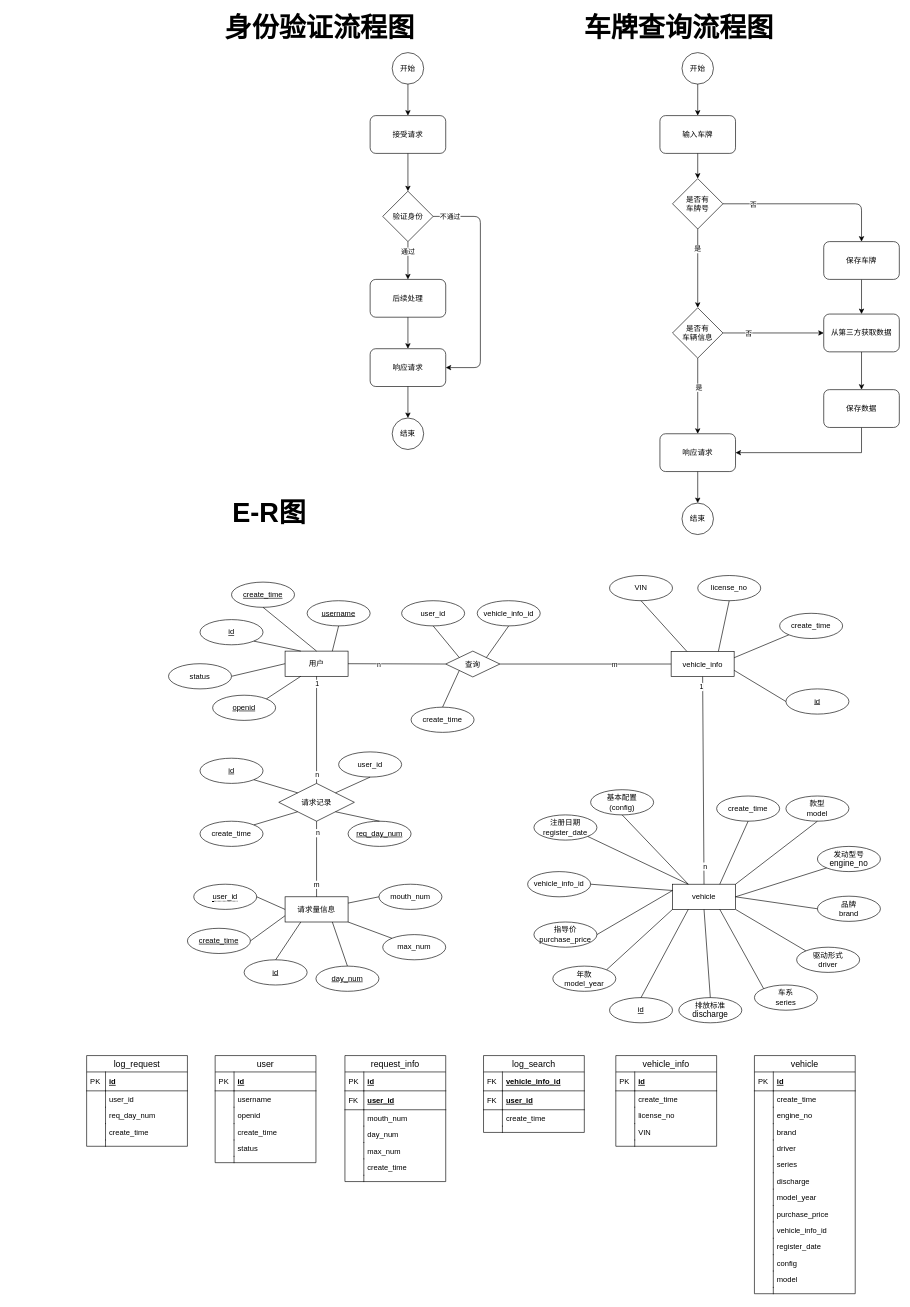
Earlier version of the draw.io diagram apiproject.drawio (xlgp/static). Source tidied: cells renumbered, new cells numbered last; positions are measured from the earlier drawing's top-left corner, leaving out a move shared by most shapes. Both pictures are drawn from the tidied source at 63%, with x=0, y=0 at pixel (86, 21).
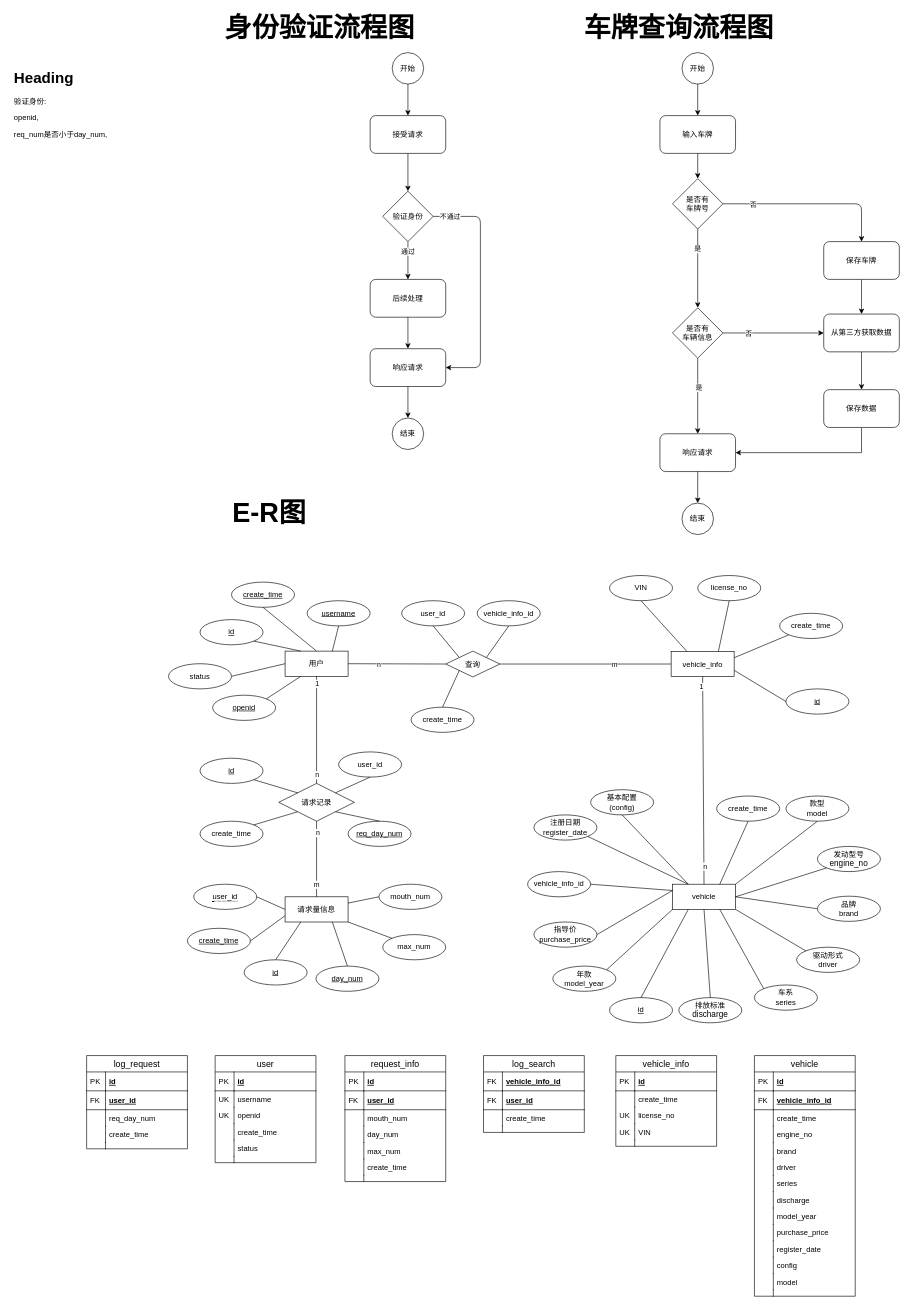
The same diagram, later.

The change refers to these unchanged cells:
```xml
<mxCell id="134" value="username" style="shape=partialRectangle;top=0;left=0;right=0;bottom=0;align=left;verticalAlign=top;fillColor=none;spacingLeft=34;spacingRight=4;overflow=hidden;fontSize=12;" parent="131" vertex="1">
  <mxGeometry y="56" width="160" height="26" as="geometry" />
</mxCell>
<mxCell id="136" value="openid" style="shape=partialRectangle;top=0;left=0;right=0;bottom=0;align=left;verticalAlign=top;fillColor=none;spacingLeft=34;spacingRight=4;overflow=hidden;fontSize=12;" parent="131" vertex="1">
  <mxGeometry y="82" width="160" height="26" as="geometry" />
</mxCell>
<mxCell id="173" value="license_no" style="shape=partialRectangle;top=0;left=0;right=0;bottom=0;align=left;verticalAlign=top;fillColor=none;spacingLeft=34;spacingRight=4;overflow=hidden;fontSize=12;" parent="168" vertex="1">
  <mxGeometry y="82" width="160" height="26" as="geometry" />
</mxCell>
<mxCell id="175" value="VIN" style="shape=partialRectangle;top=0;left=0;right=0;bottom=0;align=left;verticalAlign=top;fillColor=none;spacingLeft=34;spacingRight=4;overflow=hidden;fontSize=12;" parent="168" vertex="1">
  <mxGeometry y="108" width="160" height="26" as="geometry" />
</mxCell>
```

Diff of the diagram source:
```diff
@@
-    <mxCell id="135" style="shape=partialRectangle;top=0;left=0;bottom=0;fillColor=none;align=left;verticalAlign=top;spacingLeft=4;spacingRight=4;overflow=hidden;fontSize=12;" parent="134" vertex="1">
+    <mxCell id="135" value="UK" style="shape=partialRectangle;top=0;left=0;bottom=0;fillColor=none;align=left;verticalAlign=top;spacingLeft=4;spacingRight=4;overflow=hidden;fontSize=12;" parent="134" vertex="1">
       <mxGeometry width="30" height="26" as="geometry" />
     </mxCell>
@@
-    <mxCell id="137" style="shape=partialRectangle;top=0;left=0;bottom=0;fillColor=none;align=left;verticalAlign=top;spacingLeft=4;spacingRight=4;overflow=hidden;fontSize=12;" parent="136" vertex="1">
+    <mxCell id="137" value="UK" style="shape=partialRectangle;top=0;left=0;bottom=0;fillColor=none;align=left;verticalAlign=top;spacingLeft=4;spacingRight=4;overflow=hidden;fontSize=12;" parent="136" vertex="1">
       <mxGeometry width="30" height="26" as="geometry" />
     </mxCell>
@@
-    <mxCell id="174" style="shape=partialRectangle;top=0;left=0;bottom=0;fillColor=none;align=left;verticalAlign=top;spacingLeft=4;spacingRight=4;overflow=hidden;fontSize=12;" parent="173" vertex="1">
+    <mxCell id="174" value="UK" style="shape=partialRectangle;top=0;left=0;bottom=0;fillColor=none;align=left;verticalAlign=top;spacingLeft=4;spacingRight=4;overflow=hidden;fontSize=12;" parent="173" vertex="1">
       <mxGeometry width="30" height="26" as="geometry" />
     </mxCell>
@@
-    <mxCell id="176" style="shape=partialRectangle;top=0;left=0;bottom=0;fillColor=none;align=left;verticalAlign=top;spacingLeft=4;spacingRight=4;overflow=hidden;fontSize=12;" parent="175" vertex="1">
+    <mxCell id="176" value="UK" style="shape=partialRectangle;top=0;left=0;bottom=0;fillColor=none;align=left;verticalAlign=top;spacingLeft=4;spacingRight=4;overflow=hidden;fontSize=12;" parent="175" vertex="1">
       <mxGeometry width="30" height="26" as="geometry" />
     </mxCell>
@@
     <mxCell id="179" value="vehicle" style="swimlane;fontStyle=0;horizontal=1;startSize=26;align=center;fontSize=14;" parent="1" vertex="1">
-      <mxGeometry x="1060" y="1642" width="160" height="378" as="geometry" />
+      <mxGeometry x="1060" y="1642" width="160" height="382" as="geometry" />
     </mxCell>
@@
+    <mxCell id="198" value="vehicle_info_id" style="shape=partialRectangle;top=0;left=0;right=0;bottom=1;align=left;verticalAlign=middle;fillColor=none;spacingLeft=34;spacingRight=4;overflow=hidden;fontStyle=5;fontSize=12;" parent="179" vertex="1">
+      <mxGeometry y="56" width="160" height="30" as="geometry" />
+    </mxCell>
+    <mxCell id="219" value="FK" style="shape=partialRectangle;top=0;left=0;bottom=0;fillColor=none;align=left;verticalAlign=middle;spacingLeft=4;spacingRight=4;overflow=hidden;fontSize=12;" parent="198" vertex="1">
+      <mxGeometry width="30" height="30" as="geometry" />
+    </mxCell>
     <mxCell id="182" value="create_time" style="shape=partialRectangle;top=0;left=0;right=0;bottom=0;align=left;verticalAlign=top;fillColor=none;spacingLeft=34;spacingRight=4;overflow=hidden;fontSize=12;" parent="179" vertex="1">
-      <mxGeometry y="56" width="160" height="26" as="geometry" />
+      <mxGeometry y="86" width="160" height="26" as="geometry" />
     </mxCell>
@@
     <mxCell id="184" value="engine_no" style="shape=partialRectangle;top=0;left=0;right=0;bottom=0;align=left;verticalAlign=top;fillColor=none;spacingLeft=34;spacingRight=4;overflow=hidden;fontSize=12;" parent="179" vertex="1">
-      <mxGeometry y="82" width="160" height="26" as="geometry" />
+      <mxGeometry y="112" width="160" height="26" as="geometry" />
     </mxCell>
@@
     <mxCell id="186" value="brand" style="shape=partialRectangle;top=0;left=0;right=0;bottom=0;align=left;verticalAlign=top;fillColor=none;spacingLeft=34;spacingRight=4;overflow=hidden;fontSize=12;" parent="179" vertex="1">
-      <mxGeometry y="108" width="160" height="26" as="geometry" />
+      <mxGeometry y="138" width="160" height="26" as="geometry" />
     </mxCell>
@@
     <mxCell id="188" value="driver" style="shape=partialRectangle;top=0;left=0;right=0;bottom=0;align=left;verticalAlign=top;fillColor=none;spacingLeft=34;spacingRight=4;overflow=hidden;fontSize=12;" parent="179" vertex="1">
-      <mxGeometry y="134" width="160" height="26" as="geometry" />
+      <mxGeometry y="164" width="160" height="26" as="geometry" />
     </mxCell>
@@
     <mxCell id="190" value="series" style="shape=partialRectangle;top=0;left=0;right=0;bottom=0;align=left;verticalAlign=top;fillColor=none;spacingLeft=34;spacingRight=4;overflow=hidden;fontSize=12;" parent="179" vertex="1">
-      <mxGeometry y="160" width="160" height="26" as="geometry" />
+      <mxGeometry y="190" width="160" height="26" as="geometry" />
     </mxCell>
@@
     <mxCell id="192" value="discharge" style="shape=partialRectangle;top=0;left=0;right=0;bottom=0;align=left;verticalAlign=top;fillColor=none;spacingLeft=34;spacingRight=4;overflow=hidden;fontSize=12;" parent="179" vertex="1">
-      <mxGeometry y="186" width="160" height="26" as="geometry" />
+      <mxGeometry y="216" width="160" height="26" as="geometry" />
     </mxCell>
@@
     <mxCell id="194" value="model_year" style="shape=partialRectangle;top=0;left=0;right=0;bottom=0;align=left;verticalAlign=top;fillColor=none;spacingLeft=34;spacingRight=4;overflow=hidden;fontSize=12;" parent="179" vertex="1">
-      <mxGeometry y="212" width="160" height="26" as="geometry" />
+      <mxGeometry y="242" width="160" height="26" as="geometry" />
     </mxCell>
@@
     <mxCell id="196" value="purchase_price" style="shape=partialRectangle;top=0;left=0;right=0;bottom=0;align=left;verticalAlign=top;fillColor=none;spacingLeft=34;spacingRight=4;overflow=hidden;fontSize=12;" parent="179" vertex="1">
-      <mxGeometry y="238" width="160" height="26" as="geometry" />
+      <mxGeometry y="268" width="160" height="26" as="geometry" />
     </mxCell>
@@
-    <mxCell id="198" value="vehicle_info_id" style="shape=partialRectangle;top=0;left=0;right=0;bottom=0;align=left;verticalAlign=top;fillColor=none;spacingLeft=34;spacingRight=4;overflow=hidden;fontSize=12;" parent="179" vertex="1">
-      <mxGeometry y="264" width="160" height="26" as="geometry" />
-    </mxCell>
-    <mxCell id="199" style="shape=partialRectangle;top=0;left=0;bottom=0;fillColor=none;align=left;verticalAlign=top;spacingLeft=4;spacingRight=4;overflow=hidden;fontSize=12;" parent="198" vertex="1">
-      <mxGeometry width="30" height="26" as="geometry" />
-    </mxCell>
     <mxCell id="200" value="register_date" style="shape=partialRectangle;top=0;left=0;right=0;bottom=0;align=left;verticalAlign=top;fillColor=none;spacingLeft=34;spacingRight=4;overflow=hidden;fontSize=12;" parent="179" vertex="1">
-      <mxGeometry y="290" width="160" height="26" as="geometry" />
+      <mxGeometry y="294" width="160" height="26" as="geometry" />
     </mxCell>
@@
     <mxCell id="202" value="config" style="shape=partialRectangle;top=0;left=0;right=0;bottom=0;align=left;verticalAlign=top;fillColor=none;spacingLeft=34;spacingRight=4;overflow=hidden;fontSize=12;" parent="179" vertex="1">
-      <mxGeometry y="316" width="160" height="26" as="geometry" />
+      <mxGeometry y="320" width="160" height="26" as="geometry" />
     </mxCell>
@@
     <mxCell id="204" value="model" style="shape=partialRectangle;top=0;left=0;right=0;bottom=0;align=left;verticalAlign=top;fillColor=none;spacingLeft=34;spacingRight=4;overflow=hidden;fontSize=12;" parent="179" vertex="1">
-      <mxGeometry y="342" width="160" height="26" as="geometry" />
+      <mxGeometry y="346" width="160" height="26" as="geometry" />
     </mxCell>
@@
     <mxCell id="206" style="shape=partialRectangle;top=0;left=0;right=0;bottom=0;align=left;verticalAlign=top;fillColor=none;spacingLeft=34;spacingRight=4;overflow=hidden;fontSize=12;" parent="179" vertex="1">
-      <mxGeometry y="368" width="160" height="10" as="geometry" />
+      <mxGeometry y="372" width="160" height="10" as="geometry" />
     </mxCell>
@@
     <mxCell id="208" value="log_request" style="swimlane;fontStyle=0;horizontal=1;startSize=26;align=center;fontSize=14;" parent="1" vertex="1">
-      <mxGeometry y="1642" width="160" height="144" as="geometry" />
+      <mxGeometry y="1642" width="160" height="148" as="geometry" />
     </mxCell>
@@
-    <mxCell id="211" value="user_id" style="shape=partialRectangle;top=0;left=0;right=0;bottom=0;align=left;verticalAlign=top;fillColor=none;spacingLeft=34;spacingRight=4;overflow=hidden;fontSize=12;" parent="208" vertex="1">
-      <mxGeometry y="56" width="160" height="26" as="geometry" />
+    <mxCell id="211" value="user_id" style="shape=partialRectangle;top=0;left=0;right=0;bottom=1;align=left;verticalAlign=middle;fillColor=none;spacingLeft=34;spacingRight=4;overflow=hidden;fontStyle=5;fontSize=12;" parent="208" vertex="1">
+      <mxGeometry y="56" width="160" height="30" as="geometry" />
     </mxCell>
-    <mxCell id="212" style="shape=partialRectangle;top=0;left=0;bottom=0;fillColor=none;align=left;verticalAlign=top;spacingLeft=4;spacingRight=4;overflow=hidden;fontSize=12;" parent="211" vertex="1">
-      <mxGeometry width="30" height="26" as="geometry" />
-    </mxCell>
+    <mxCell id="220" value="FK" style="shape=partialRectangle;top=0;left=0;bottom=0;fillColor=none;align=left;verticalAlign=middle;spacingLeft=4;spacingRight=4;overflow=hidden;fontSize=12;" parent="211" vertex="1">
+      <mxGeometry width="30" height="30" as="geometry" />
+    </mxCell>
     <mxCell id="213" value="req_day_num" style="shape=partialRectangle;top=0;left=0;right=0;bottom=0;align=left;verticalAlign=top;fillColor=none;spacingLeft=34;spacingRight=4;overflow=hidden;fontSize=12;" parent="208" vertex="1">
-      <mxGeometry y="82" width="160" height="26" as="geometry" />
+      <mxGeometry y="86" width="160" height="26" as="geometry" />
     </mxCell>
@@
     <mxCell id="215" value="create_time" style="shape=partialRectangle;top=0;left=0;right=0;bottom=0;align=left;verticalAlign=top;fillColor=none;spacingLeft=34;spacingRight=4;overflow=hidden;fontSize=12;" parent="208" vertex="1">
-      <mxGeometry y="108" width="160" height="26" as="geometry" />
+      <mxGeometry y="112" width="160" height="26" as="geometry" />
     </mxCell>
@@
     <mxCell id="217" style="shape=partialRectangle;top=0;left=0;right=0;bottom=0;align=left;verticalAlign=top;fillColor=none;spacingLeft=34;spacingRight=4;overflow=hidden;fontSize=12;" parent="208" vertex="1">
-      <mxGeometry y="134" width="160" height="10" as="geometry" />
+      <mxGeometry y="138" width="160" height="10" as="geometry" />
     </mxCell>
@@
+    <mxCell id="221" value="&lt;h1&gt;Heading&lt;/h1&gt;&lt;p&gt;验证身份:&lt;/p&gt;&lt;p&gt;openid,&lt;/p&gt;&lt;p&gt;req_num是否小于day_num,&lt;/p&gt;" style="text;html=1;strokeColor=none;fillColor=none;spacing=5;spacingTop=-20;whiteSpace=wrap;overflow=hidden;rounded=0;" parent="1" vertex="1">
+      <mxGeometry x="-120" y="70" width="190" height="120" as="geometry" />
+    </mxCell>
```
